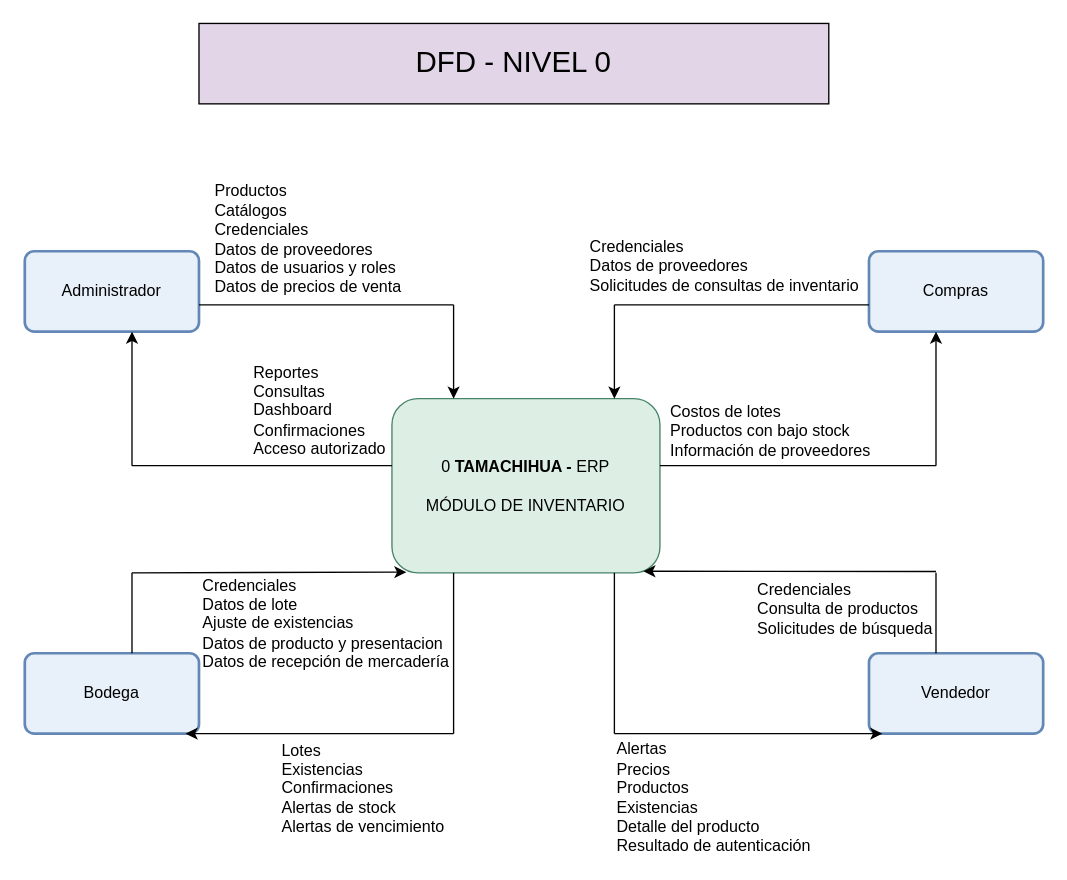
Earlier version of the draw.io diagram 01-Documentacion/Diagramas/T05 - DFD Nivel 0.drawio (FactoryLabSV/Proyecto-final-dam-frameworks-agiles). Source tidied: cells renumbered, new cells numbered last; positions are measured from the earlier drawing's top-left corner, leaving out a move shared by most shapes. Both pictures are drawn from the tidied source at 134%, with x=0, y=0 at pixel (24, 23).
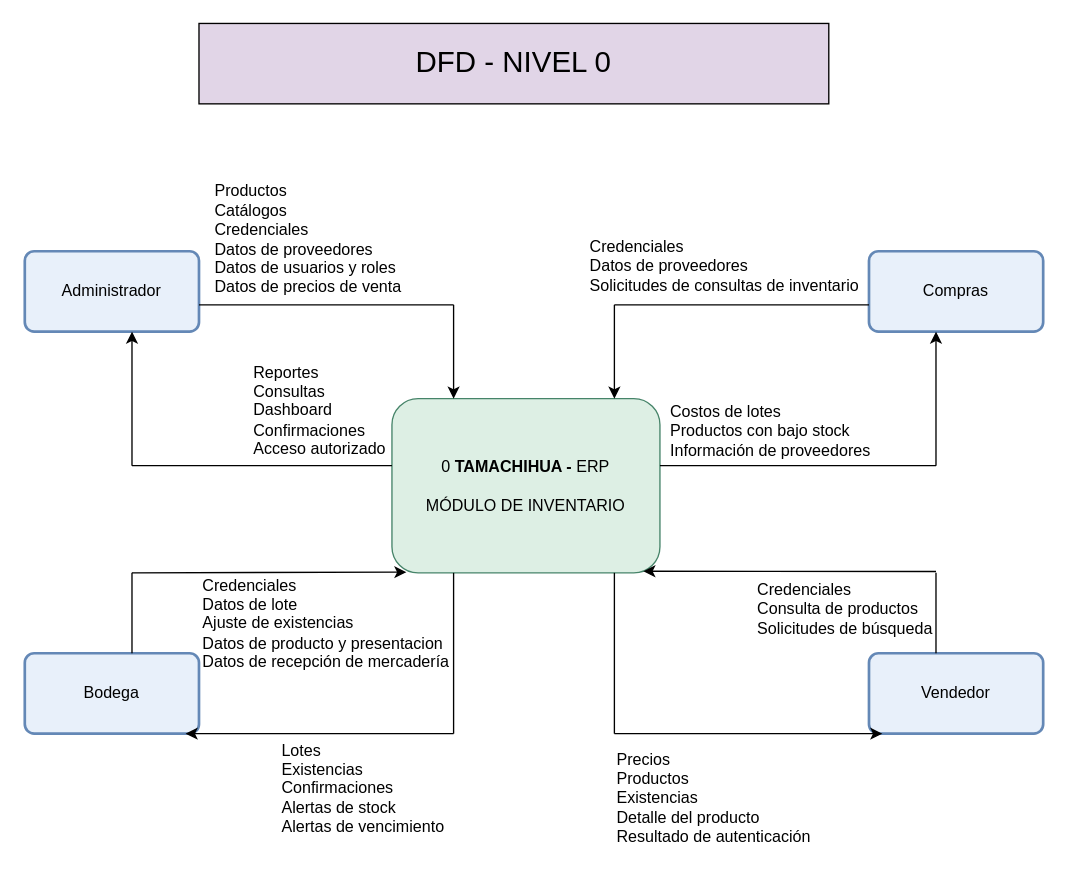
After the change.

Commit message (it also covers changes not shown here):
docs(T-05): aplicar correcciones a diagramas DFD

The edit, as a diff of the source:
```diff
@@
-    <mxCell id="30" value="&lt;div&gt;Alertas&lt;/div&gt;&lt;div&gt;Precios&lt;/div&gt;&lt;div&gt;Productos&lt;/div&gt;&lt;div&gt;Existencias&lt;/div&gt;&lt;div&gt;Detalle del producto&lt;/div&gt;&lt;div&gt;Resultado de autenticación&lt;/div&gt;" style="text;html=1;align=left;verticalAlign=middle;whiteSpace=wrap;rounded=0;" parent="1" vertex="1">
+    <mxCell id="30" value="&lt;div&gt;&lt;span style=&quot;background-color: transparent; color: light-dark(rgb(0, 0, 0), rgb(255, 255, 255));&quot;&gt;Precios&lt;/span&gt;&lt;/div&gt;&lt;div&gt;Productos&lt;/div&gt;&lt;div&gt;Existencias&lt;/div&gt;&lt;div&gt;Detalle del producto&lt;/div&gt;&lt;div&gt;Resultado de autenticación&lt;/div&gt;" style="text;html=1;align=left;verticalAlign=middle;whiteSpace=wrap;rounded=0;" parent="1" vertex="1">
       <mxGeometry x="440" y="534" width="170" height="88" as="geometry" />
     </mxCell>
```
